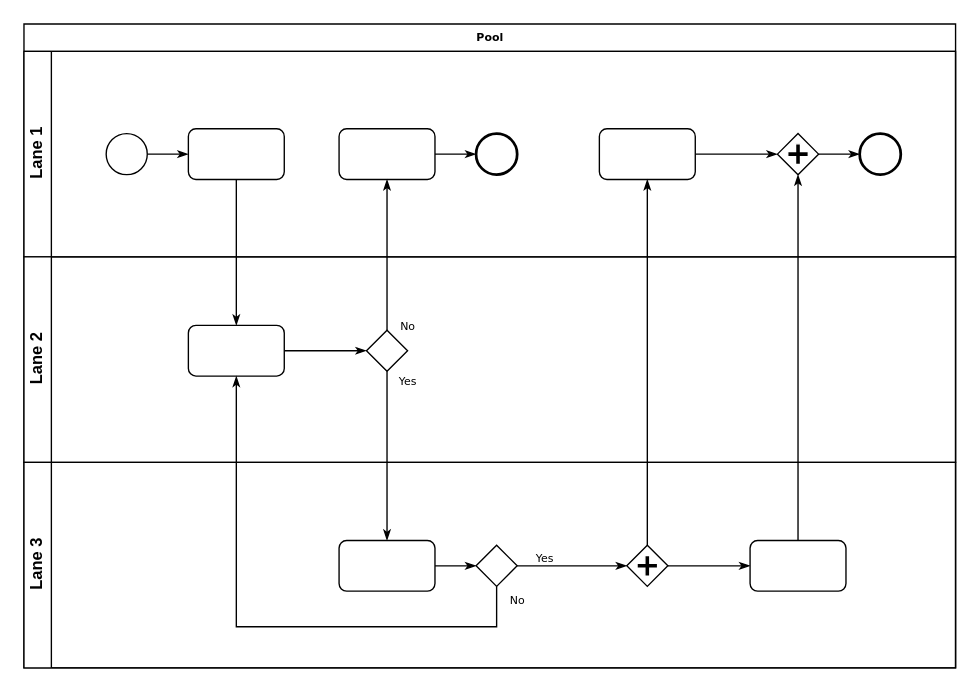
Earlier version of the draw.io diagram Untitled Diagram.drawio (welintonfer/test-git). Source tidied: cells renumbered, new cells numbered last; positions are measured from the earlier drawing's top-left corner, leaving out a move shared by most shapes. Both pictures are drawn from the tidied source at 137%, with x=0, y=0 at pixel (23, 23).
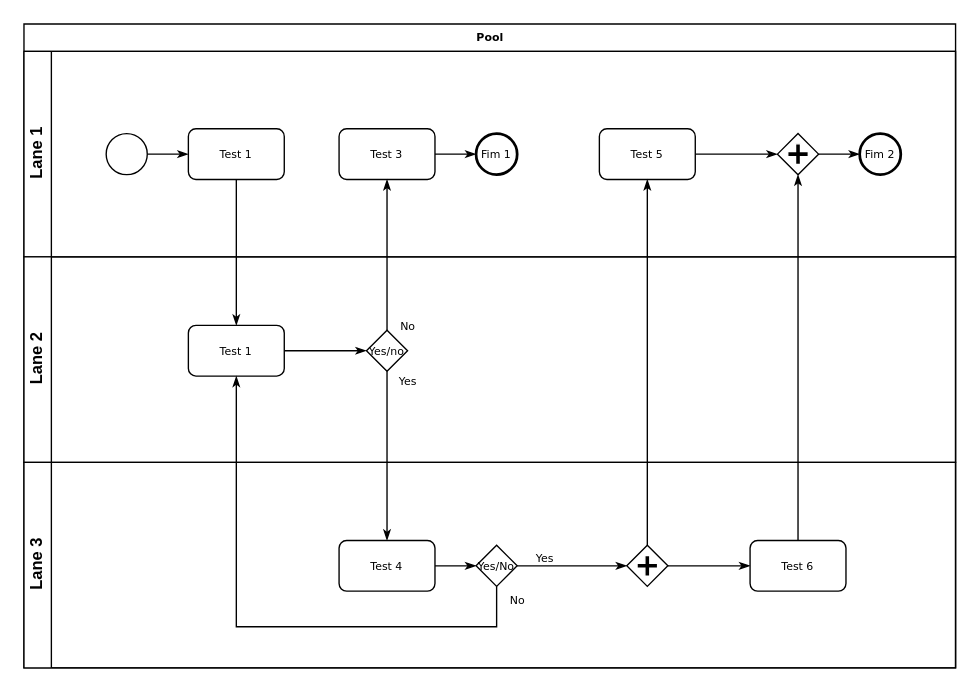
The same diagram, later.

Unchanged cells that the change refers to:
```xml
<mxCell id="3" value="Lane 1" style="swimlane;html=1;startSize=20;horizontal=0;" parent="2" vertex="1">
  <mxGeometry y="20" width="680" height="150" as="geometry" />
</mxCell>
<mxCell id="15" value="Lane 2" style="swimlane;html=1;startSize=20;horizontal=0;" parent="2" vertex="1">
  <mxGeometry y="170" width="680" height="150" as="geometry" />
</mxCell>
<mxCell id="19" value="Lane 3" style="swimlane;html=1;startSize=20;horizontal=0;" parent="2" vertex="1">
  <mxGeometry y="320" width="680" height="150" as="geometry" />
</mxCell>
```

What changed in the source:
```diff
@@
-    <mxCell id="6" style="rounded=1;whiteSpace=wrap;html=1;shadow=0;labelBackgroundColor=none;strokeWidth=1;fontFamily=Verdana;fontSize=8;align=center;" parent="3" vertex="1">
+    <mxCell id="6" value="Test 1" style="rounded=1;whiteSpace=wrap;html=1;shadow=0;labelBackgroundColor=none;strokeWidth=1;fontFamily=Verdana;fontSize=8;align=center;" parent="3" vertex="1">
       <mxGeometry x="120" y="56.5" width="70" height="37" as="geometry" />
     </mxCell>
@@
-    <mxCell id="8" style="rounded=1;whiteSpace=wrap;html=1;shadow=0;labelBackgroundColor=none;strokeWidth=1;fontFamily=Verdana;fontSize=8;align=center;" parent="3" vertex="1">
+    <mxCell id="8" value="Test 3" style="rounded=1;whiteSpace=wrap;html=1;shadow=0;labelBackgroundColor=none;strokeWidth=1;fontFamily=Verdana;fontSize=8;align=center;" parent="3" vertex="1">
       <mxGeometry x="230" y="56.5" width="70" height="37" as="geometry" />
     </mxCell>
-    <mxCell id="9" style="ellipse;whiteSpace=wrap;html=1;rounded=0;shadow=0;labelBackgroundColor=none;strokeWidth=2;fontFamily=Verdana;fontSize=8;align=center;" parent="3" vertex="1">
+    <mxCell id="9" value="Fim 1" style="ellipse;whiteSpace=wrap;html=1;rounded=0;shadow=0;labelBackgroundColor=none;strokeWidth=2;fontFamily=Verdana;fontSize=8;align=center;" parent="3" vertex="1">
       <mxGeometry x="330" y="60" width="30" height="30" as="geometry" />
     </mxCell>
@@
-    <mxCell id="11" style="rounded=1;whiteSpace=wrap;html=1;shadow=0;labelBackgroundColor=none;strokeWidth=1;fontFamily=Verdana;fontSize=8;align=center;" parent="3" vertex="1">
+    <mxCell id="11" value="Test 5" style="rounded=1;whiteSpace=wrap;html=1;shadow=0;labelBackgroundColor=none;strokeWidth=1;fontFamily=Verdana;fontSize=8;align=center;" parent="3" vertex="1">
       <mxGeometry x="420" y="56.5" width="70" height="37" as="geometry" />
     </mxCell>
@@
-    <mxCell id="14" style="ellipse;whiteSpace=wrap;html=1;rounded=0;shadow=0;labelBackgroundColor=none;strokeWidth=2;fontFamily=Verdana;fontSize=8;align=center;" parent="3" vertex="1">
+    <mxCell id="14" value="Fim 2" style="ellipse;whiteSpace=wrap;html=1;rounded=0;shadow=0;labelBackgroundColor=none;strokeWidth=2;fontFamily=Verdana;fontSize=8;align=center;" parent="3" vertex="1">
       <mxGeometry x="610" y="60" width="30" height="30" as="geometry" />
     </mxCell>
@@
-    <mxCell id="17" style="rounded=1;whiteSpace=wrap;html=1;shadow=0;labelBackgroundColor=none;strokeWidth=1;fontFamily=Verdana;fontSize=8;align=center;" parent="15" vertex="1">
+    <mxCell id="17" value="Test 1" style="rounded=1;whiteSpace=wrap;html=1;shadow=0;labelBackgroundColor=none;strokeWidth=1;fontFamily=Verdana;fontSize=8;align=center;" parent="15" vertex="1">
       <mxGeometry x="120" y="50" width="70" height="37" as="geometry" />
     </mxCell>
-    <mxCell id="18" style="strokeWidth=1;html=1;shape=mxgraph.flowchart.decision;whiteSpace=wrap;rounded=1;shadow=0;labelBackgroundColor=none;fontFamily=Verdana;fontSize=8;align=center;" parent="15" vertex="1">
+    <mxCell id="18" value="Yes/no" style="strokeWidth=1;html=1;shape=mxgraph.flowchart.decision;whiteSpace=wrap;rounded=1;shadow=0;labelBackgroundColor=none;fontFamily=Verdana;fontSize=8;align=center;" parent="15" vertex="1">
       <mxGeometry x="250" y="53.5" width="30" height="30" as="geometry" />
     </mxCell>
@@
-    <mxCell id="21" style="rounded=1;whiteSpace=wrap;html=1;shadow=0;labelBackgroundColor=none;strokeWidth=1;fontFamily=Verdana;fontSize=8;align=center;" parent="19" vertex="1">
+    <mxCell id="21" value="Test 4" style="rounded=1;whiteSpace=wrap;html=1;shadow=0;labelBackgroundColor=none;strokeWidth=1;fontFamily=Verdana;fontSize=8;align=center;" parent="19" vertex="1">
       <mxGeometry x="230" y="57" width="70" height="37" as="geometry" />
     </mxCell>
@@
-    <mxCell id="23" style="strokeWidth=1;html=1;shape=mxgraph.flowchart.decision;whiteSpace=wrap;rounded=1;shadow=0;labelBackgroundColor=none;fontFamily=Verdana;fontSize=8;align=center;" parent="19" vertex="1">
+    <mxCell id="23" value="Yes/No" style="strokeWidth=1;html=1;shape=mxgraph.flowchart.decision;whiteSpace=wrap;rounded=1;shadow=0;labelBackgroundColor=none;fontFamily=Verdana;fontSize=8;align=center;" parent="19" vertex="1">
       <mxGeometry x="330" y="60.5" width="30" height="30" as="geometry" />
     </mxCell>
@@
-    <mxCell id="26" style="rounded=1;whiteSpace=wrap;html=1;shadow=0;labelBackgroundColor=none;strokeWidth=1;fontFamily=Verdana;fontSize=8;align=center;" parent="19" vertex="1">
+    <mxCell id="26" value="Test 6" style="rounded=1;whiteSpace=wrap;html=1;shadow=0;labelBackgroundColor=none;strokeWidth=1;fontFamily=Verdana;fontSize=8;align=center;" parent="19" vertex="1">
       <mxGeometry x="530" y="57" width="70" height="37" as="geometry" />
     </mxCell>
```
